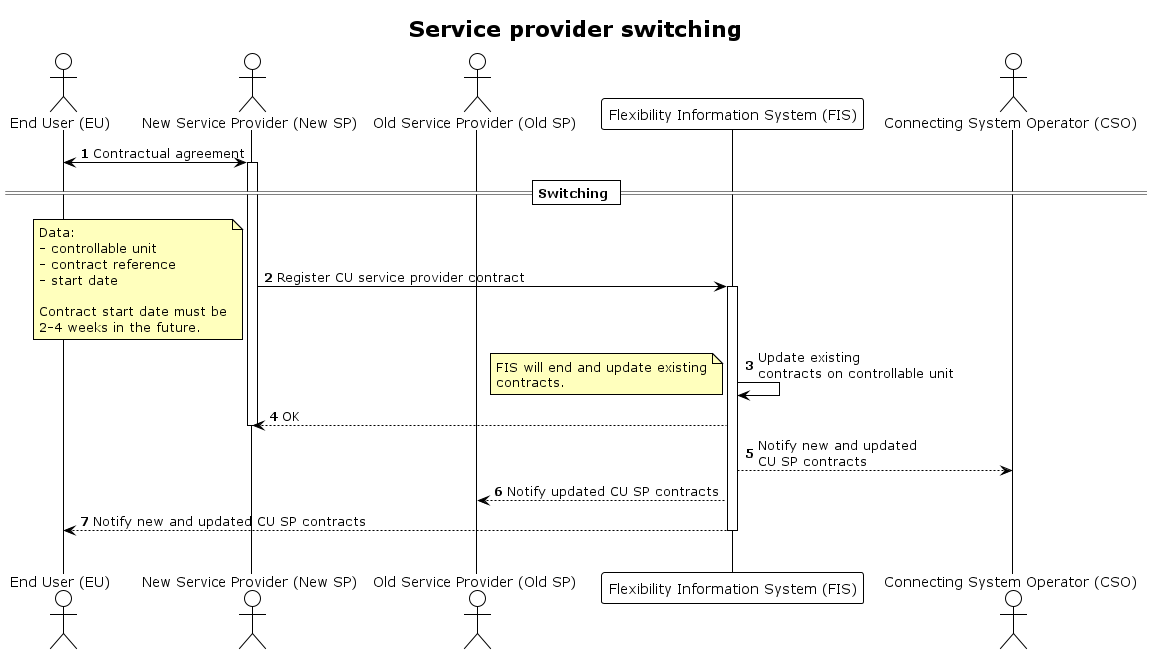
elhub/flex-information-system keeps this PlantUML diagram as docs/diagrams/service_provider_switching.png. Above is the earlier version.
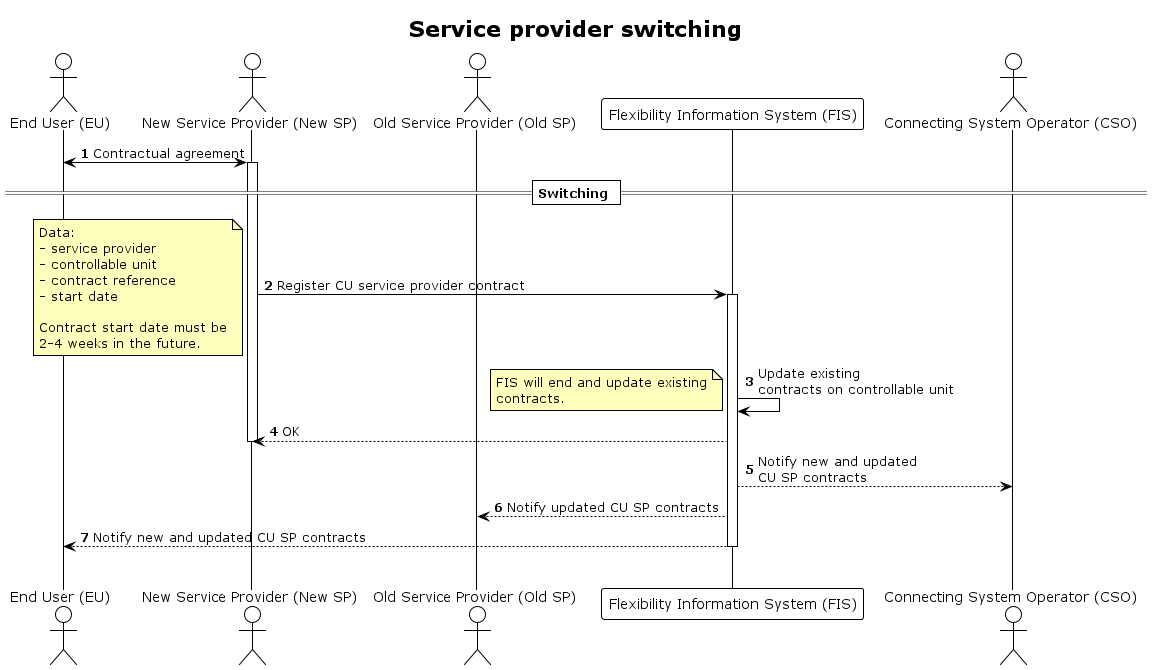
Later version of the same file.

Commit message:
docs: clean up ids

added service provider in switching

What changed in the source:
```diff
@@ -23,6 +23,7 @@
 SP_NEW -> FIS: Register CU service provider contract
 note left
     Data:
+    - service provider
     - controllable unit
     - contract reference
     - start date
```
